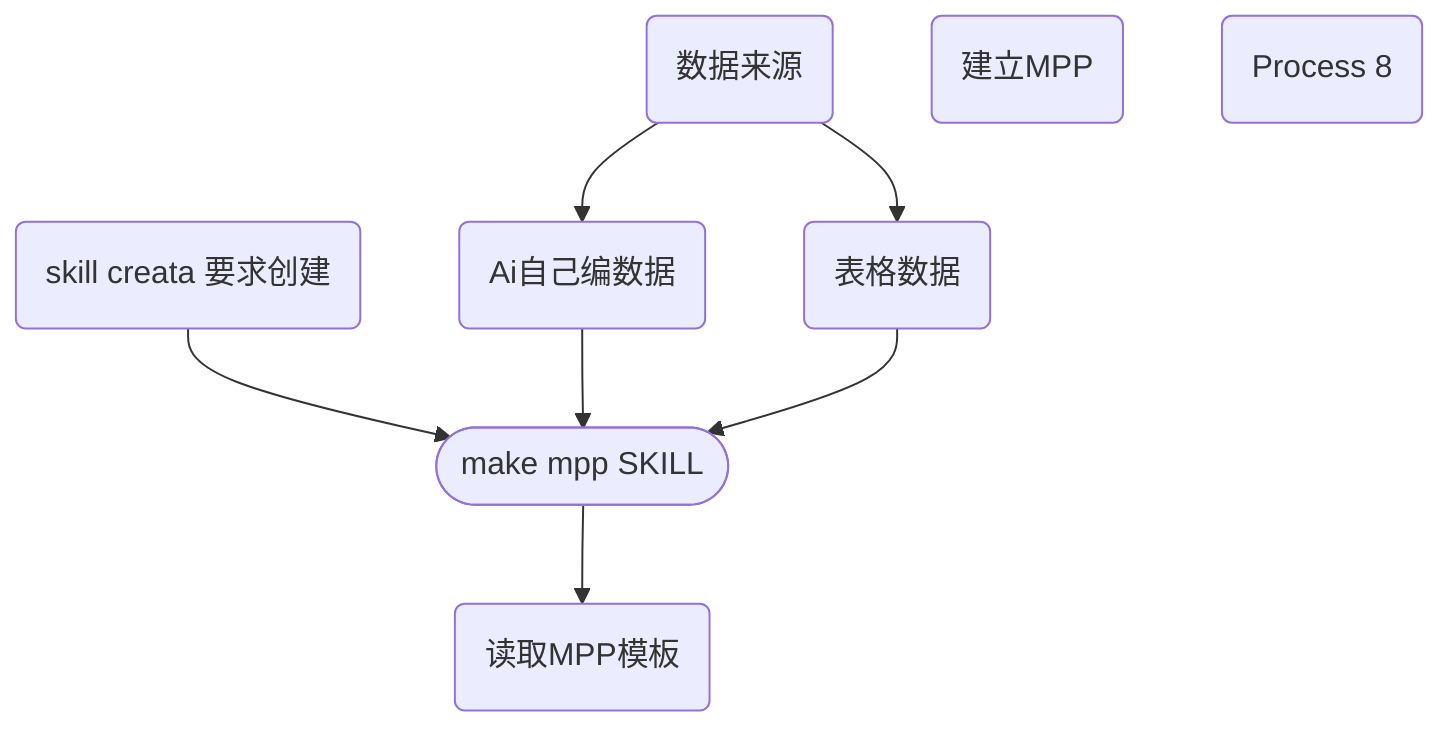
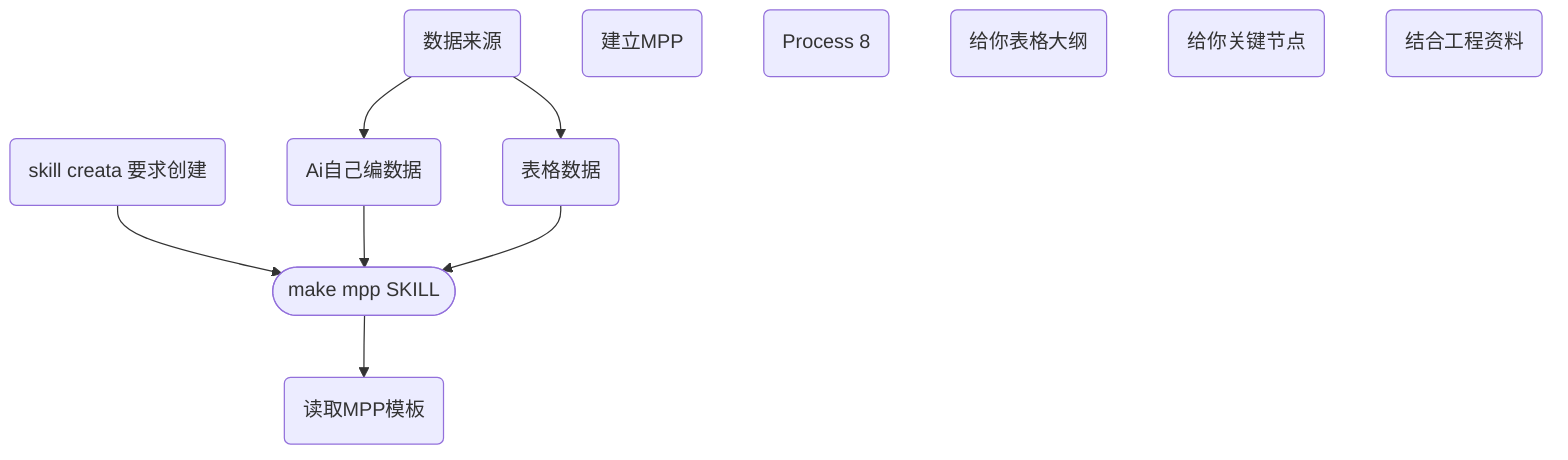
flowchart TD
  n_0(["make mpp SKILL"])
  n_1("数据来源")
  n_2("skill  creata 要求创建")
  n_3("Ai自己编数据")
  n_4("表格数据")
  n_5("建立MPP")
  n_6("读取MPP模板")
  n_7("Process 8")
+   n_8("给你表格大纲")
+   n_9("给你关键节点")
+   n_10("结合工程资料")
  n_1 --> n_3
  n_1 --> n_4
  n_2 --> n_0
  n_3 --> n_0
  n_4 --> n_0
  n_0 --> n_6
